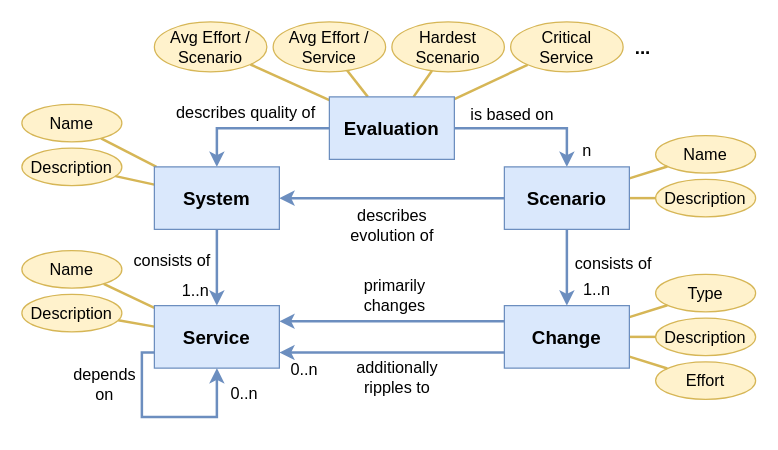
xJREB/ms-scenario-evaluation keeps this draw.io diagram as _docs/method/img/meta-model.drawio. Above is the earlier version. Source tidied: cells renumbered, new cells numbered last; positions are measured from the earlier drawing's top-left corner, leaving out a move shared by most shapes. Both pictures are drawn from the tidied source at 125%, with x=0, y=0 at pixel (21, 21).
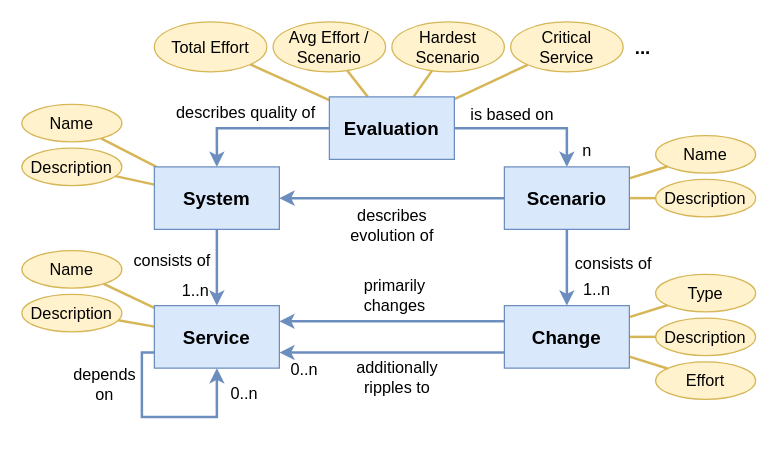
Above is the later version.

The edit, as a diff of the source:
```diff
@@
-    <mxCell id="33" value="Avg Effort / Scenario" style="ellipse;whiteSpace=wrap;html=1;rounded=0;fontSize=13;fillColor=#fff2cc;strokeColor=#d6b656;" parent="1" vertex="1">
+    <mxCell id="33" value="Total Effort" style="ellipse;whiteSpace=wrap;html=1;rounded=0;fontSize=13;fillColor=#fff2cc;strokeColor=#d6b656;" parent="1" vertex="1">
       <mxGeometry x="106" width="90" height="40" as="geometry" />
     </mxCell>
-    <mxCell id="34" value="Avg Effort / Service" style="ellipse;whiteSpace=wrap;html=1;rounded=0;fontSize=13;fillColor=#fff2cc;strokeColor=#d6b656;" parent="1" vertex="1">
+    <mxCell id="34" value="Avg Effort / Scenario" style="ellipse;whiteSpace=wrap;html=1;rounded=0;fontSize=13;fillColor=#fff2cc;strokeColor=#d6b656;" parent="1" vertex="1">
       <mxGeometry x="201" width="90" height="40" as="geometry" />
     </mxCell>
```
